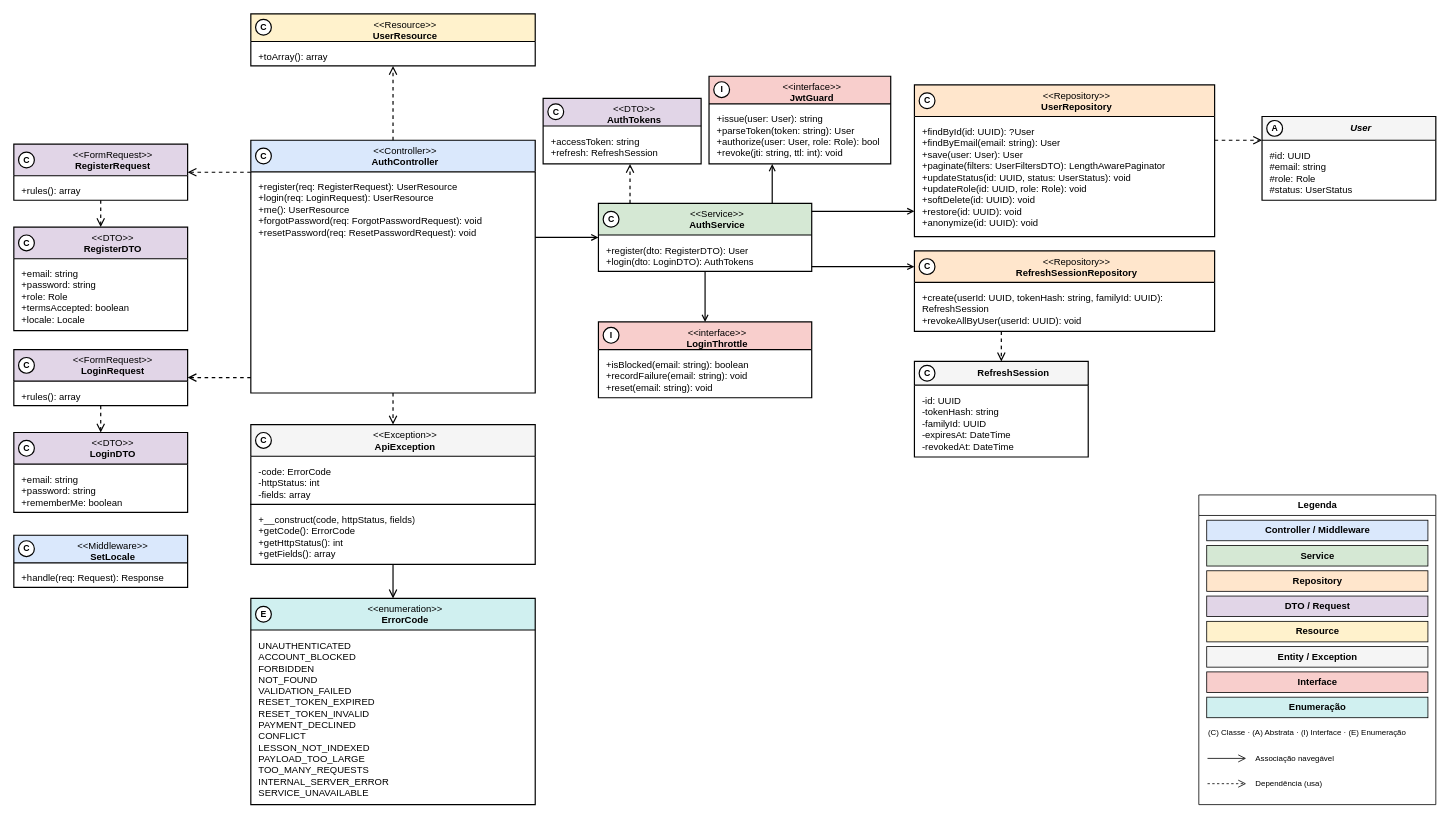
Plataforma-de-Cursos-TCC/plataforma-cursos-docs keeps this draw.io diagram as especificacao/diagramas/13-classes-area-a-implementacao-login.drawio. Above is the earlier version. Source tidied: cells renumbered, new cells numbered last; positions are measured from the earlier drawing's top-left corner, leaving out a move shared by most shapes. Both pictures are drawn from the tidied source at 79%, with x=0, y=0 at pixel (13, 13).
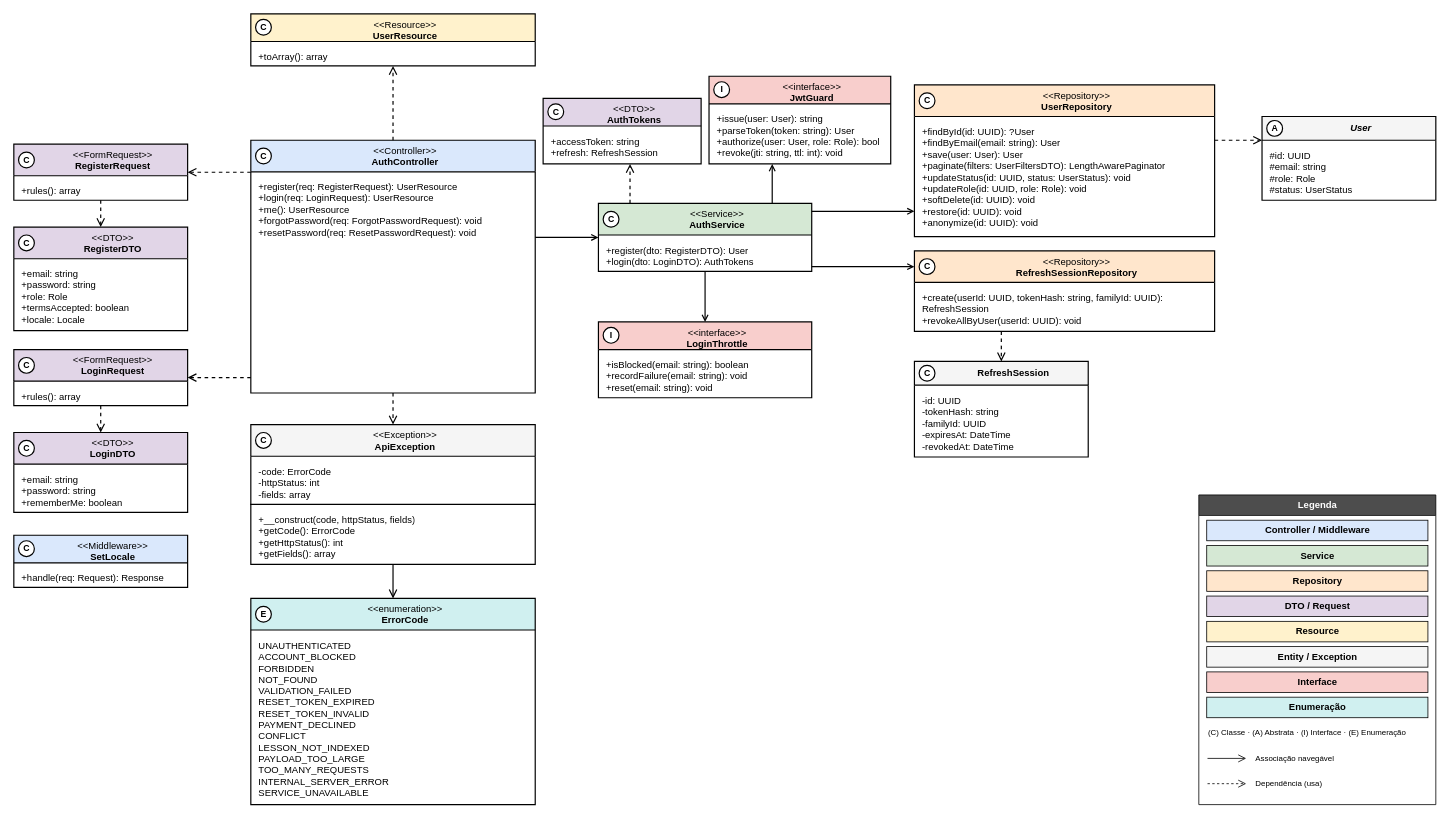
Above is the later version.

The edit, as a diff of the source:
```diff
@@
-    <mxCell id="69" value="Legenda" style="swimlane;html=1;rounded=0;startSize=26;fontStyle=1;fillColor=#FFFFFF;swimlaneFillColor=#FFFFFF;strokeColor=#000000;" parent="1" vertex="1">
+    <mxCell id="69" value="Legenda" style="swimlane;html=1;rounded=0;startSize=26;fontStyle=1;fillColor=#4D4D4D;fontColor=#FFFFFF;swimlaneFillColor=#FFFFFF;strokeColor=#000000;" parent="1" vertex="1">
       <mxGeometry x="1500" y="609" width="300" height="392" as="geometry" />
     </mxCell>
```
